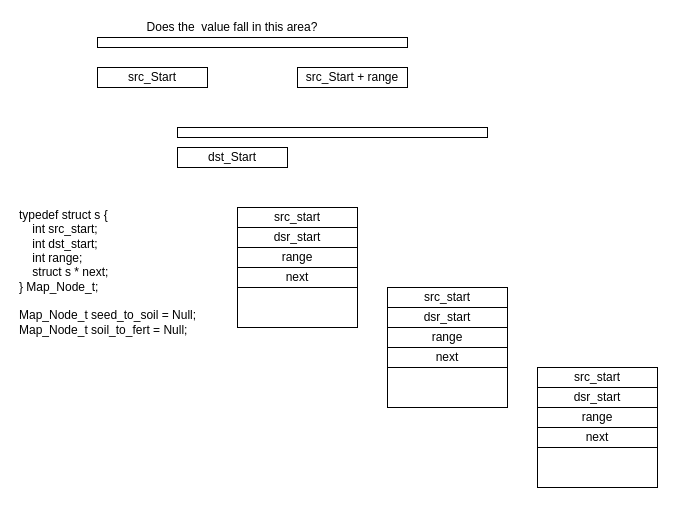
This is Untitled Diagram.drawio from AlanHasty/AOC23, a draw.io file, before an edit. Source tidied: cells renumbered, new cells numbered last; positions are measured from the earlier drawing's top-left corner, leaving out a move shared by most shapes. Both pictures are drawn from the tidied source at 100%, with x=0, y=0 at pixel (17, 17).
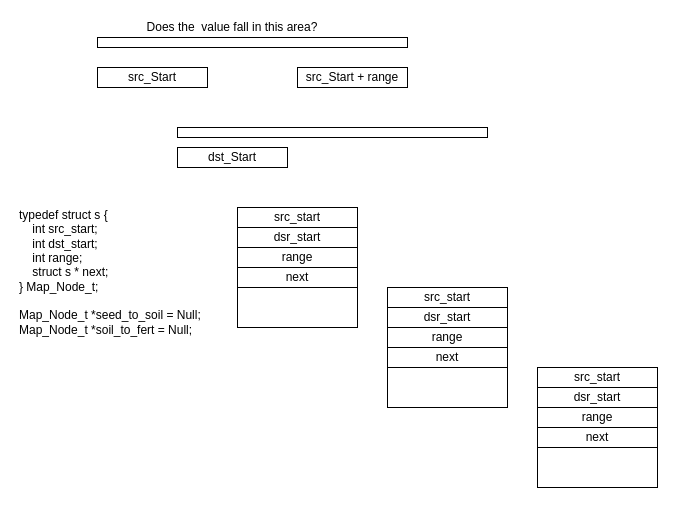
Above is the later version.

Commit message:
fix list pointer

Diff of the diagram source:
```diff
@@
-    <mxCell id="8" value="typedef struct s {&lt;div&gt;&amp;nbsp; &amp;nbsp; int src_start;&lt;/div&gt;&lt;div&gt;&amp;nbsp; &amp;nbsp; int dst_start;&lt;/div&gt;&lt;div&gt;&amp;nbsp; &amp;nbsp; int range;&lt;/div&gt;&lt;div&gt;&amp;nbsp; &amp;nbsp; struct s * next;&lt;br&gt;&lt;div&gt;} Map_Node_t;&lt;/div&gt;&lt;/div&gt;&lt;div&gt;&lt;br&gt;&lt;/div&gt;&lt;div&gt;Map_Node_t seed_to_soil = Null;&lt;/div&gt;&lt;div&gt;Map_Node_t soil_to_fert = Null;&lt;/div&gt;" style="text;html=1;align=left;verticalAlign=middle;whiteSpace=wrap;rounded=0;" parent="1" vertex="1">
-      <mxGeometry y="180" width="230" height="150" as="geometry" />
+    <mxCell id="8" value="typedef struct s {&lt;div&gt;&amp;nbsp; &amp;nbsp; int src_start;&lt;/div&gt;&lt;div&gt;&amp;nbsp; &amp;nbsp; int dst_start;&lt;/div&gt;&lt;div&gt;&amp;nbsp; &amp;nbsp; int range;&lt;/div&gt;&lt;div&gt;&amp;nbsp; &amp;nbsp; struct s * next;&lt;br&gt;&lt;div&gt;} Map_Node_t;&lt;/div&gt;&lt;/div&gt;&lt;div&gt;&lt;br&gt;&lt;/div&gt;&lt;div&gt;Map_Node_t *seed_to_soil = Null;&lt;/div&gt;&lt;div&gt;Map_Node_t *soil_to_fert = Null;&lt;/div&gt;" style="text;html=1;align=left;verticalAlign=middle;whiteSpace=wrap;rounded=0;" parent="1" vertex="1">
+      <mxGeometry y="180" width="200" height="150" as="geometry" />
     </mxCell>
```
